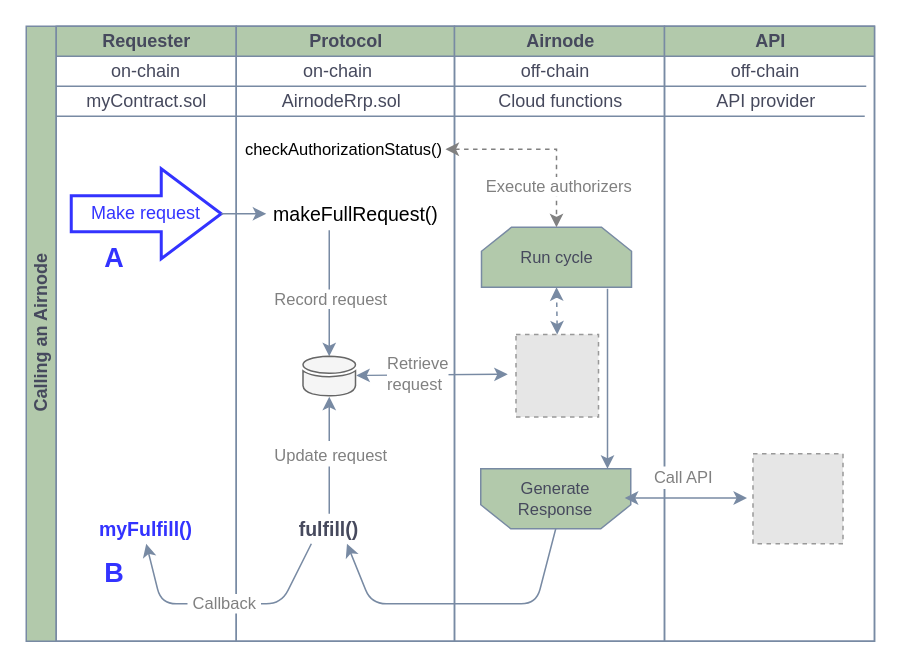
Above: docs/airnode/next/assets/diagrams/call-an-airnode.drawio in api3dao/old-api3-docs (draw.io), before the change. Source tidied: cells renumbered, new cells numbered last; positions are measured from the earlier drawing's top-left corner, leaving out a move shared by most shapes. Both pictures are drawn from the tidied source at 150%, with x=0, y=0 at pixel (26, 26). Pictures stored in the file or linked from it are replaced by grey dashed boxes.
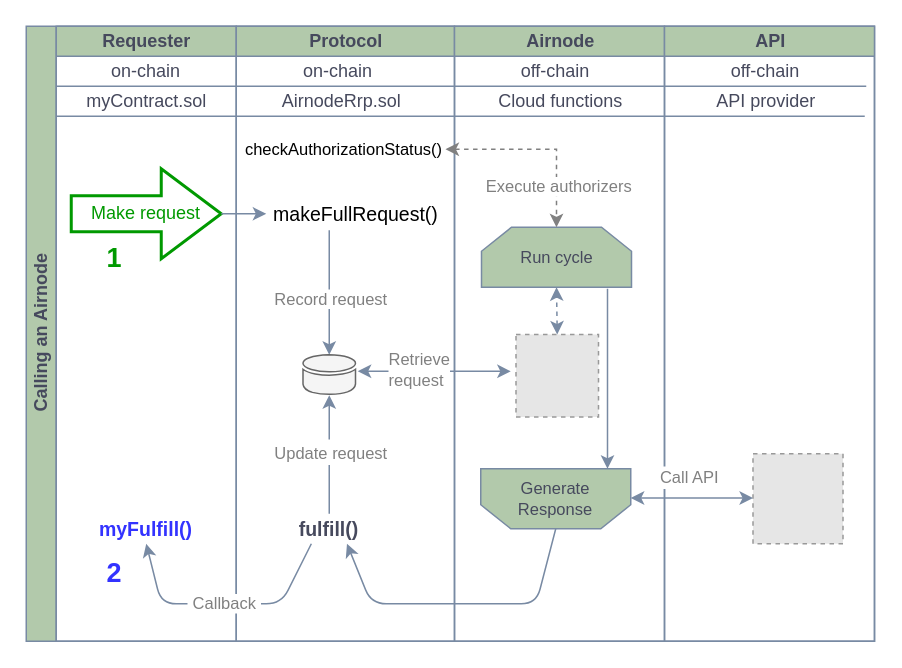
Above is the later version.

Unchanged cells that the change refers to:
```xml
<mxCell id="2" value="Calling an Airnode" style="swimlane;html=1;startSize=20;horizontal=0;rounded=0;sketch=0;fontColor=#46495D;strokeColor=#788AA3;fillColor=#B2C9AB;" parent="1" vertex="1">
  <mxGeometry width="565.5" height="410" as="geometry" />
</mxCell>
<mxCell id="3" value="Requester" style="swimlane;html=1;startSize=20;fillColor=#B2C9AB;strokeColor=#788AA3;fontColor=#46495D;" parent="2" vertex="1">
  <mxGeometry x="20" width="120" height="410" as="geometry" />
</mxCell>
<mxCell id="13" value="Protocol" style="swimlane;html=1;startSize=20;fillColor=#B2C9AB;strokeColor=#788AA3;fontColor=#46495D;" parent="2" vertex="1">
  <mxGeometry x="140" width="145.5" height="410" as="geometry" />
</mxCell>
<mxCell id="33" value="API" style="swimlane;html=1;startSize=20;fillColor=#B2C9AB;strokeColor=#788AA3;fontColor=#46495D;" parent="2" vertex="1">
  <mxGeometry x="425.5" width="140" height="410" as="geometry" />
</mxCell>
```

Change to the diagram source:
```diff
@@
-    <mxCell id="6" value="&lt;font color=&quot;#3333ff&quot;&gt;Make request&lt;/font&gt;" style="shape=singleArrow;whiteSpace=wrap;html=1;arrowWidth=0.4;arrowSize=0.4;rounded=0;sketch=0;strokeColor=#3333FF;strokeWidth=2;" parent="3" vertex="1">
+    <mxCell id="6" value="&lt;font color=&quot;#009900&quot;&gt;Make request&lt;/font&gt;" style="shape=singleArrow;whiteSpace=wrap;html=1;arrowWidth=0.4;arrowSize=0.4;rounded=0;sketch=0;strokeColor=#009900;strokeWidth=2;" parent="3" vertex="1">
       <mxGeometry x="10" y="95" width="100" height="60" as="geometry" />
     </mxCell>
@@
-    <mxCell id="10" value="&lt;font style=&quot;font-size: 18px&quot; color=&quot;#3333ff&quot;&gt;&lt;b&gt;A&lt;/b&gt;&lt;/font&gt;" style="text;html=1;strokeColor=none;fillColor=none;align=center;verticalAlign=middle;whiteSpace=wrap;rounded=0;sketch=0;fontSize=14;fontColor=#009900;" parent="3" vertex="1">
+    <mxCell id="10" value="&lt;font style=&quot;font-size: 18px&quot;&gt;&lt;b&gt;1&lt;/b&gt;&lt;/font&gt;" style="text;html=1;strokeColor=none;fillColor=none;align=center;verticalAlign=middle;whiteSpace=wrap;rounded=0;sketch=0;fontSize=14;fontColor=#009900;" parent="3" vertex="1">
       <mxGeometry x="19" y="145" width="40" height="20" as="geometry" />
     </mxCell>
-    <mxCell id="11" value="&lt;font style=&quot;font-size: 18px&quot; color=&quot;#3333ff&quot;&gt;&lt;b&gt;B&lt;/b&gt;&lt;/font&gt;" style="text;html=1;strokeColor=none;fillColor=none;align=center;verticalAlign=middle;whiteSpace=wrap;rounded=0;sketch=0;fontSize=14;fontColor=#009900;" parent="3" vertex="1">
+    <mxCell id="11" value="&lt;font style=&quot;font-size: 18px&quot; color=&quot;#3333ff&quot;&gt;&lt;b&gt;2&lt;/b&gt;&lt;/font&gt;" style="text;html=1;strokeColor=none;fillColor=none;align=center;verticalAlign=middle;whiteSpace=wrap;rounded=0;sketch=0;fontSize=14;fontColor=#009900;" parent="3" vertex="1">
       <mxGeometry x="19" y="355" width="40" height="20" as="geometry" />
     </mxCell>
@@
     <mxCell id="23" style="sketch=0;shadow=0;dashed=0;html=1;strokeColor=#666666;fillColor=#f5f5f5;labelPosition=center;verticalLabelPosition=bottom;verticalAlign=top;outlineConnect=0;align=center;shape=mxgraph.office.databases.database_mini_1;fontColor=#333333;" parent="13" vertex="1">
-      <mxGeometry x="44.5" y="220" width="35" height="27" as="geometry" />
+      <mxGeometry x="44.5" y="219" width="35" height="27" as="geometry" />
     </mxCell>
-    <mxCell id="24" value="&lt;font color=&quot;#808080&quot;&gt;Retrieve&lt;br&gt;request&lt;/font&gt;" style="endArrow=classic;startArrow=classic;html=1;fontColor=#46495D;strokeColor=#788AA3;fillColor=#B2C9AB;entryX=0;entryY=0.5;entryDx=0;entryDy=0;align=left;" parent="2" edge="1">
+    <mxCell id="24" value="&lt;font color=&quot;#808080&quot;&gt;Retrieve&lt;br&gt;request&lt;/font&gt;" style="endArrow=classic;startArrow=classic;html=1;fontColor=#46495D;strokeColor=#788AA3;fillColor=#B2C9AB;align=left;" parent="2" edge="1">
       <mxGeometry x="-0.62" y="1" relative="1" as="geometry">
-        <mxPoint x="220" y="232.8" as="sourcePoint" />
-        <mxPoint x="321" y="232" as="targetPoint" />
+        <mxPoint x="221" y="230" as="sourcePoint" />
+        <mxPoint x="323" y="230" as="targetPoint" />
       </mxGeometry>
     </mxCell>
@@
     <mxCell id="37" style="endArrow=classic;startArrow=classic;html=1;fontSize=12;fontColor=#46495D;strokeColor=#788AA3;fillColor=#B2C9AB;exitX=1;exitY=0.5;exitDx=0;exitDy=0;entryX=0.5;entryY=1;entryDx=0;entryDy=0;" parent="33" edge="1">
       <mxGeometry relative="1" as="geometry">
-        <mxPoint x="-26.5" y="314.5" as="sourcePoint" />
-        <mxPoint x="55" y="314.5" as="targetPoint" />
+        <mxPoint x="-22.5" y="314.5" as="sourcePoint" />
+        <mxPoint x="59" y="314.5" as="targetPoint" />
       </mxGeometry>
     </mxCell>
```
